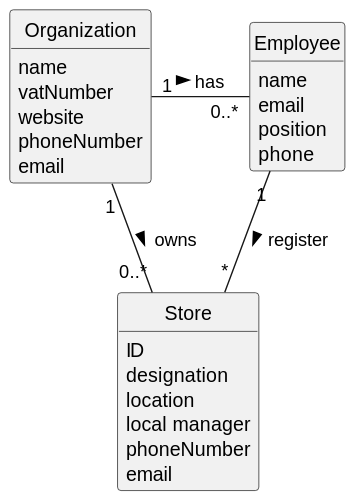
Before: docs/sprintA/us005/02.analysis/svg/us005-domain-model.svg, a diagram exported from PlantUML (rita-barbosa/LAPR2-2223).
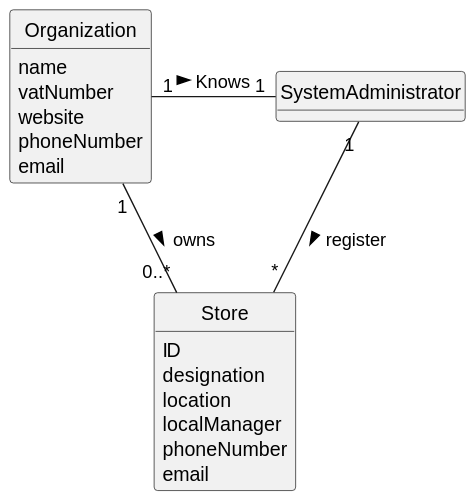
After the change.

Commit message:
domain model and system sequence update

What changed in the source:
```diff
@@ -22,22 +22,19 @@
     ID
     designation
     location
-    local manager
+    localManager
     phoneNumber
     email
 
 }
 
-class Employee {
-    name
-    email
-    position
-    phone
+class SystemAdministrator {
+
 }
 
 
-Organization "1" - "0..*" Employee : has >
+Organization "1" - "1" SystemAdministrator : Knows >
 Organization "1" - "0..*" Store: owns >
-Employee "1" -- "*" Store : register >
+SystemAdministrator "1" -- "*" Store : register >
 
 @enduml
```
